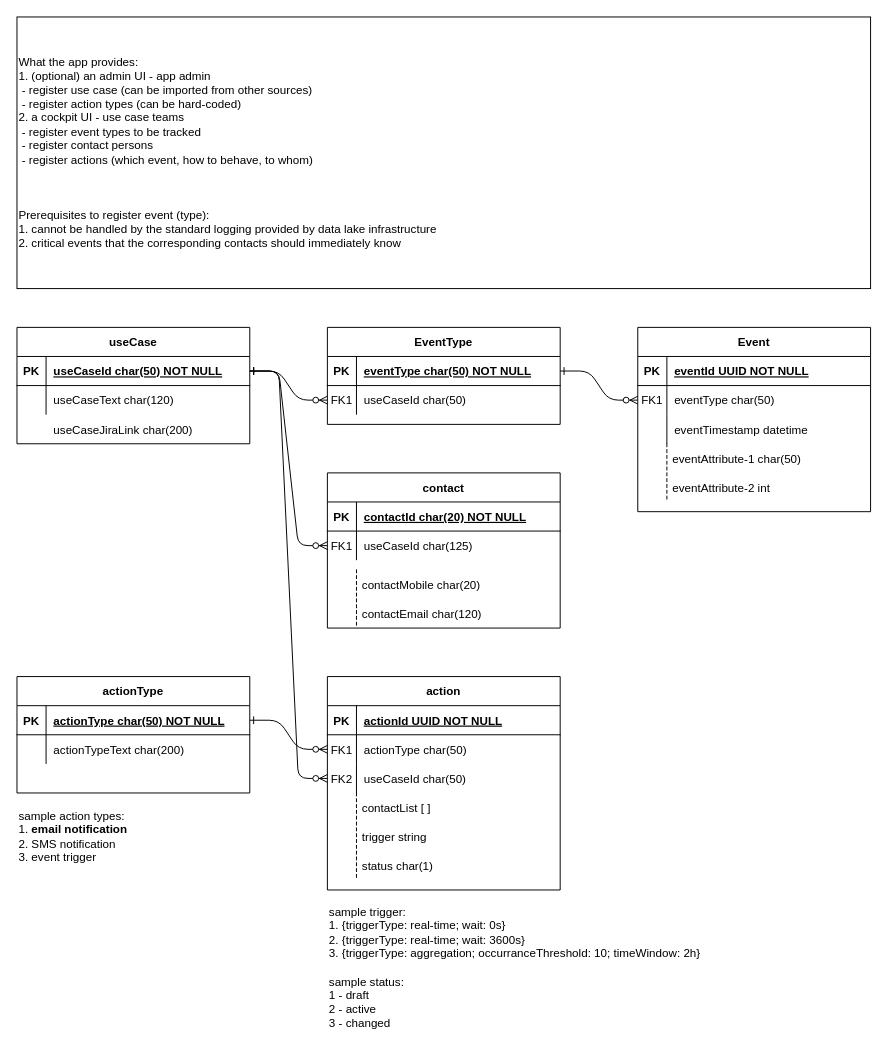
The draw.io diagram Untitled Diagram.drawio in Fischlein18/test-eventing, before the edit. Source tidied: cells renumbered, new cells numbered last; positions are measured from the earlier drawing's top-left corner, leaving out a move shared by most shapes. Both pictures are drawn from the tidied source at 97%, with x=0, y=0 at pixel (16, 16).
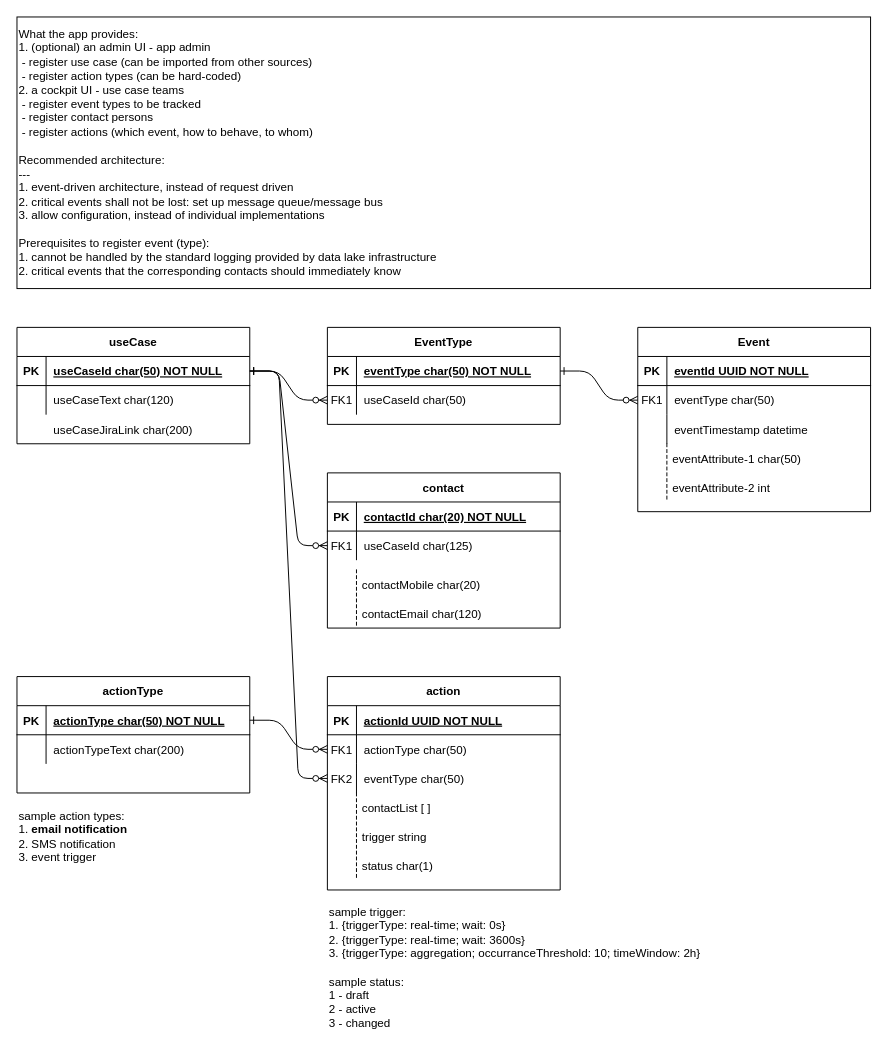
Above is the later version.

The change refers to these unchanged cells:
```xml
<mxCell id="20" style="shape=partialRectangle;fillColor=none;points=[[0,0.5],[1,0.5]];portConstraint=eastwest;top=0;left=0;right=0;bottom=0;" parent="13" vertex="1">
  <mxGeometry y="90" width="240" height="30" as="geometry" />
</mxCell>
```

Diff of the diagram source:
```diff
@@
-    <mxCell id="22" value="useCaseId char(50)" style="shape=partialRectangle;overflow=hidden;fillColor=none;top=0;left=0;bottom=0;right=0;align=left;spacingLeft=6;" parent="20" vertex="1">
+    <mxCell id="22" value="eventType char(50)" style="shape=partialRectangle;overflow=hidden;fillColor=none;top=0;left=0;bottom=0;right=0;align=left;spacingLeft=6;" parent="20" vertex="1">
       <mxGeometry x="30" width="210" height="30" as="geometry" />
     </mxCell>
@@
-    <mxCell id="75" value="What the app provides:&lt;br&gt;1. (optional) an admin UI - app admin&amp;nbsp;&lt;br&gt;&lt;span style=&quot;white-space: pre;&quot;&gt; &lt;/span&gt;- register use case (can be imported from other sources)&lt;br&gt;&lt;span style=&quot;white-space: pre;&quot;&gt; &lt;/span&gt;- register action types (can be hard-coded)&lt;br&gt;2. a cockpit UI - use case teams&amp;nbsp;&lt;br&gt;&lt;span style=&quot;white-space: pre;&quot;&gt; &lt;/span&gt;- register event types to be tracked&lt;br&gt;&lt;span style=&quot;white-space: pre;&quot;&gt; &lt;/span&gt;- register contact persons&amp;nbsp;&lt;br&gt;&lt;span style=&quot;white-space: pre;&quot;&gt; &lt;/span&gt;- register actions (which event, how to behave, to whom)&lt;br&gt;&lt;br&gt;&lt;br&gt;&lt;br&gt;Prerequisites to register event (type):&lt;br&gt;1. cannot be handled by the standard logging provided by data lake infrastructure&lt;br&gt;2. critical events that the corresponding contacts should immediately know" style="rounded=0;whiteSpace=wrap;html=1;align=left;" parent="1" vertex="1">
+    <mxCell id="75" value="What the app provides:&lt;br&gt;1. (optional) an admin UI - app admin&amp;nbsp;&lt;br&gt;&lt;span style=&quot;white-space: pre;&quot;&gt; &lt;/span&gt;- register use case (can be imported from other sources)&lt;br&gt;&lt;span style=&quot;white-space: pre;&quot;&gt; &lt;/span&gt;- register action types (can be hard-coded)&lt;br&gt;2. a cockpit UI - use case teams&amp;nbsp;&lt;br&gt;&lt;span style=&quot;white-space: pre;&quot;&gt; &lt;/span&gt;- register event types to be tracked&lt;br&gt;&lt;span style=&quot;white-space: pre;&quot;&gt; &lt;/span&gt;- register contact persons&amp;nbsp;&lt;br&gt;&lt;span style=&quot;white-space: pre;&quot;&gt; &lt;/span&gt;- register actions (which event, how to behave, to whom)&lt;br&gt;&lt;br&gt;Recommended architecture:&lt;br&gt;---&amp;nbsp;&lt;br&gt;1. event-driven architecture, instead of request driven&lt;br&gt;2. critical events shall not be lost: set up message queue/message bus&lt;br&gt;3. allow configuration, instead of individual implementations&lt;br&gt;&lt;br&gt;Prerequisites to register event (type):&lt;br&gt;1. cannot be handled by the standard logging provided by data lake infrastructure&lt;br&gt;2. critical events that the corresponding contacts should immediately know" style="rounded=0;whiteSpace=wrap;html=1;align=left;" parent="1" vertex="1">
       <mxGeometry width="880" height="280" as="geometry" />
     </mxCell>
```
